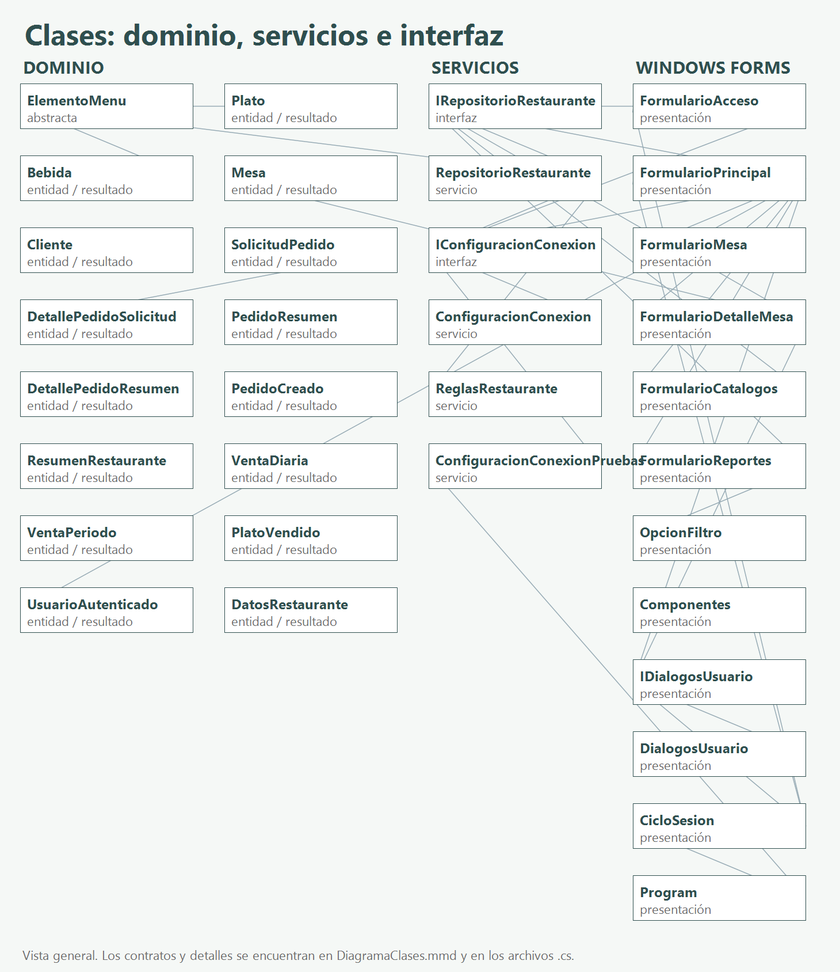
Earlier version of the Mermaid export restaurante2/Diagramas/DiagramaClases.png (ivanc-93/restaurante). Its source is kept beside it as restaurante2/Diagramas/DiagramaClases.mmd.
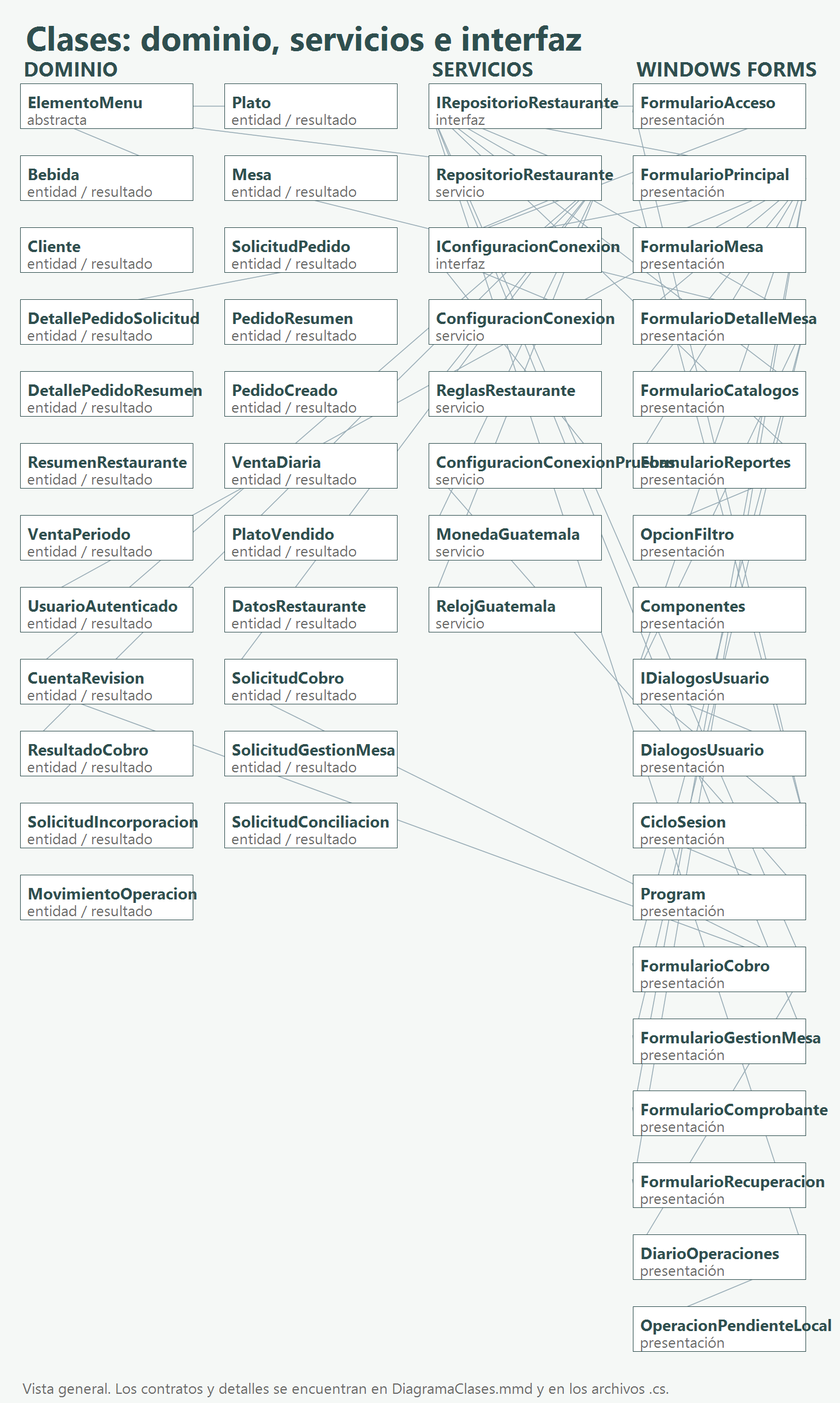
Above is the later version.

What changed in the source:
```diff
@@ -50,7 +50,14 @@
         +ListarDetallesPedido(pedidoId) IReadOnlyList
         +CrearPedido(solicitud) PedidoCreado
         +AgregarProductoAPedido(pedidoId, menuId, cantidad) decimal
-        +FacturarPedido(pedidoId) string
+        +RevisarCuenta(pedidoId) CuentaRevision
+        +RegistrarCobro(solicitud) ResultadoCobro
+        +GestionarMesa(solicitud) string
+        +ConciliarTarjeta(operacion, confirmado, motivo, id) ResultadoCobro
+        +ConsultarComprobante(pedidoId) string
+        +ReportarOperaciones(desde, hasta) IReadOnlyList
+        +ValidarEsquema() void
+        +CerrarSesion() void
         +ReportarVentas(desde, hasta) IReadOnlyList
         +ReportarVentasPeriodo(desde, hasta, agrupacion) IReadOnlyList
         +ReportarPedidos(desde, hasta, mesaId, clienteId) IReadOnlyList
@@ -78,7 +85,8 @@
     class FormularioPrincipal {
         +bool SesionCerrada
         -MostrarInicio() Task
-        -MostrarPedidos() Task
+        -MostrarPedidosPos() Task
+        -MostrarMesasPos() Task
         -MostrarMenuMesas() Task
         -MostrarReportes() Task
         -MostrarCatalogos() Task
@@ -133,3 +141,35 @@
     CicloSesion --> IDialogosUsuario
     FormularioPrincipal --> IDialogosUsuario
     FormularioDetalleMesa --> IDialogosUsuario
+
+    class CuentaRevision
+    class SolicitudCobro
+    class ResultadoCobro
+    class SolicitudGestionMesa
+    class SolicitudIncorporacion
+    class SolicitudConciliacion
+    class MovimientoOperacion
+    class MonedaGuatemala
+    class RelojGuatemala
+    class FormularioCobro
+    class FormularioGestionMesa
+    class FormularioComprobante
+    class FormularioRecuperacion
+    class DiarioOperaciones
+    class OperacionPendienteLocal
+    FormularioDetalleMesa ..> FormularioCobro
+    FormularioDetalleMesa ..> FormularioGestionMesa
+    FormularioPrincipal ..> FormularioComprobante
+    FormularioPrincipal ..> FormularioRecuperacion
+    FormularioCobro --> IRepositorioRestaurante
+    FormularioGestionMesa --> IRepositorioRestaurante
+    FormularioCobro --> CuentaRevision
+    FormularioCobro ..> SolicitudCobro
+    FormularioCobro ..> DiarioOperaciones
+    DiarioOperaciones --> OperacionPendienteLocal
+    DiarioOperaciones --> IRepositorioRestaurante
+    RepositorioRestaurante ..> SolicitudCobro
+    RepositorioRestaurante ..> ResultadoCobro
+    RepositorioRestaurante ..> CuentaRevision
+    RepositorioRestaurante --> MonedaGuatemala
+    RepositorioRestaurante --> RelojGuatemala
```
